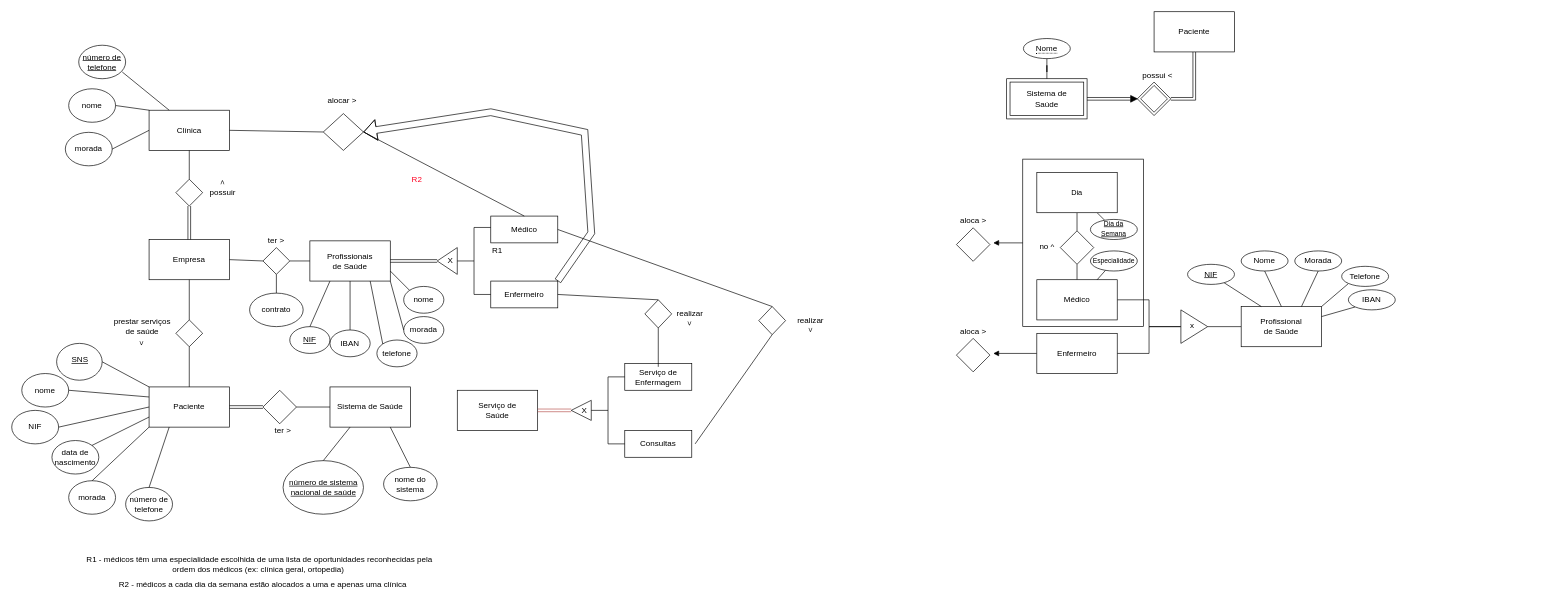
This is p01/EA-Diagram.drawio from SrGesus/bd-projects-23, a draw.io file, before an edit. Source tidied: cells renumbered, new cells numbered last; positions are measured from the earlier drawing's top-left corner, leaving out a move shared by most shapes. Both pictures are drawn from the tidied source at 67%, with x=0, y=0 at pixel (11, 11).
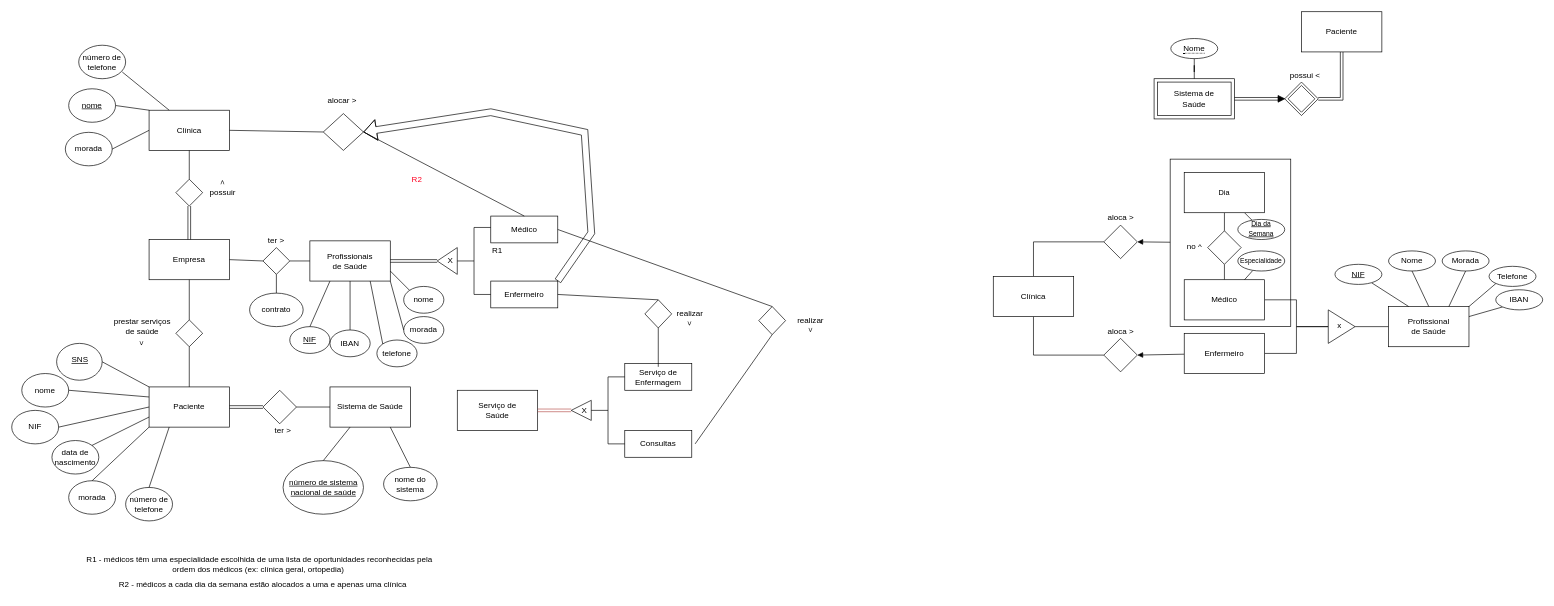
The same diagram, later.

The change refers to these unchanged cells:
```xml
<mxCell id="16" value="&lt;div&gt;Clínica&lt;/div&gt;" style="whiteSpace=wrap;html=1;" parent="1" vertex="1">
  <mxGeometry x="205" y="147" width="120" height="60" as="geometry" />
</mxCell>
```

What changed in the source:
```diff
@@
     <mxCell id="3" value="Paciente" style="whiteSpace=wrap;html=1;" parent="1" vertex="1">
-      <mxGeometry x="1705" width="120" height="60" as="geometry" />
+      <mxGeometry x="1925" width="120" height="60" as="geometry" />
     </mxCell>
     <mxCell id="4" style="rhombus;whiteSpace=wrap;html=1;" parent="1" vertex="1">
-      <mxGeometry x="1410" y="487.5" width="50" height="50" as="geometry" />
+      <mxGeometry x="1630" y="487.5" width="50" height="50" as="geometry" />
     </mxCell>
     <mxCell id="5" style="group;fillColor=none;" parent="1" vertex="1">
-      <mxGeometry x="1680" y="105" width="50" height="50" as="geometry" />
+      <mxGeometry x="1900" y="105" width="50" height="50" as="geometry" />
     </mxCell>
@@
     <mxCell id="8" style="group;" parent="1" vertex="1">
-      <mxGeometry x="1485" y="100" width="120" height="60" as="geometry" />
+      <mxGeometry x="1705" y="100" width="120" height="60" as="geometry" />
     </mxCell>
@@
     <mxCell id="11" value="&lt;span style=&quot;border-bottom: 1px dotted&quot;&gt;Nome&lt;/span&gt;" style="ellipse;whiteSpace=wrap;html=1;align=center;" parent="1" vertex="1">
-      <mxGeometry x="1510" y="40" width="70" height="30" as="geometry" />
+      <mxGeometry x="1730" y="40" width="70" height="30" as="geometry" />
     </mxCell>
@@
     <mxCell id="13" value="possui &amp;lt;" style="text;html=1;align=center;verticalAlign=middle;strokeColor=none;fillColor=none;" parent="1" vertex="1">
-      <mxGeometry x="1675" y="80" width="70" height="30" as="geometry" />
+      <mxGeometry x="1895" y="80" width="70" height="30" as="geometry" />
     </mxCell>
     <mxCell id="14" style="rounded=0;jettySize=auto;html=1;shape=link;flowAnimation=0;shadow=0;noJump=0;" parent="1" edge="1" target="15">
       <mxGeometry relative="1" as="geometry">
-        <mxPoint x="1605" y="130" as="sourcePoint" />
+        <mxPoint x="1825" y="130" as="sourcePoint" />
       </mxGeometry>
     </mxCell>
     <mxCell id="15" style="triangle;whiteSpace=wrap;html=1;fillColor=#000000;" parent="1" vertex="1">
-      <mxGeometry x="1670" y="125" width="10" height="10" as="geometry" />
+      <mxGeometry x="1890" y="125" width="10" height="10" as="geometry" />
     </mxCell>
@@
     <mxCell id="18" value="Profissional&lt;br&gt;de Saúde" style="whiteSpace=wrap;html=1;" parent="1" vertex="1">
-      <mxGeometry x="1835" y="440" width="120" height="60" as="geometry" />
+      <mxGeometry x="2055" y="440" width="120" height="60" as="geometry" />
     </mxCell>
@@
     <mxCell id="21" value="Médico" style="whiteSpace=wrap;html=1;" parent="1" vertex="1">
-      <mxGeometry x="1530" y="400" width="120" height="60" as="geometry" />
+      <mxGeometry x="1750" y="400" width="120" height="60" as="geometry" />
     </mxCell>
@@
-    <mxCell id="23" style="edgeStyle=none;rounded=0;jettySize=auto;html=1;entryX=1;entryY=0.5;entryDx=0;entryDy=0;strokeColor=default;align=center;verticalAlign=middle;fontFamily=Helvetica;fontSize=11;fontColor=default;labelBackgroundColor=default;endArrow=block;endFill=1;" parent="1" edge="1" source="24">
-      <mxGeometry relative="1" as="geometry">
-        <mxPoint x="1465" y="510" as="targetPoint" />
-      </mxGeometry>
+    <mxCell id="23" style="edgeStyle=none;rounded=0;jettySize=auto;html=1;entryX=1;entryY=0.5;entryDx=0;entryDy=0;strokeColor=default;align=center;verticalAlign=middle;fontFamily=Helvetica;fontSize=11;fontColor=default;labelBackgroundColor=default;endArrow=block;endFill=1;" parent="1" edge="1" source="24" target="4">
+      <mxGeometry relative="1" as="geometry" />
     </mxCell>
     <mxCell id="24" value="Enfermeiro" style="whiteSpace=wrap;html=1;" parent="1" vertex="1">
-      <mxGeometry x="1530" y="480" width="120" height="60" as="geometry" />
+      <mxGeometry x="1750" y="480" width="120" height="60" as="geometry" />
     </mxCell>
     <mxCell id="25" value="x" style="triangle;whiteSpace=wrap;html=1;verticalAlign=middle;align=left;spacingTop=2;spacingBottom=6;spacingLeft=11;spacing=3;" parent="1" vertex="1">
-      <mxGeometry x="1745" y="445" width="40" height="50" as="geometry" />
+      <mxGeometry x="1965" y="445" width="40" height="50" as="geometry" />
     </mxCell>
@@
     <mxCell id="27" value="NIF" style="ellipse;whiteSpace=wrap;html=1;align=center;fontStyle=4;" parent="1" vertex="1">
-      <mxGeometry x="1755" y="377" width="70" height="30" as="geometry" />
+      <mxGeometry x="1975" y="377" width="70" height="30" as="geometry" />
     </mxCell>
@@
     <mxCell id="29" value="Nome" style="ellipse;whiteSpace=wrap;html=1;align=center;fontStyle=0;" parent="1" vertex="1">
-      <mxGeometry x="1835" y="357" width="70" height="30" as="geometry" />
+      <mxGeometry x="2055" y="357" width="70" height="30" as="geometry" />
     </mxCell>
@@
     <mxCell id="31" value="Morada" style="ellipse;whiteSpace=wrap;html=1;align=center;fontStyle=0;" parent="1" vertex="1">
-      <mxGeometry x="1915" y="357" width="70" height="30" as="geometry" />
+      <mxGeometry x="2135" y="357" width="70" height="30" as="geometry" />
     </mxCell>
@@
     <mxCell id="33" value="Telefone" style="ellipse;whiteSpace=wrap;html=1;align=center;fontStyle=0;" parent="1" vertex="1">
-      <mxGeometry x="1985" y="380" width="70" height="30" as="geometry" />
+      <mxGeometry x="2205" y="380" width="70" height="30" as="geometry" />
     </mxCell>
@@
     <mxCell id="35" value="IBAN" style="ellipse;whiteSpace=wrap;html=1;align=center;fontStyle=0;" parent="1" vertex="1">
-      <mxGeometry x="1995" y="415" width="70" height="30" as="geometry" />
+      <mxGeometry x="2215" y="415" width="70" height="30" as="geometry" />
     </mxCell>
@@
     <mxCell id="37" value="&lt;font style=&quot;font-size: 10px;&quot;&gt;Especialidade&lt;/font&gt;" style="ellipse;whiteSpace=wrap;html=1;align=center;fontStyle=0;" parent="1" vertex="1">
-      <mxGeometry x="1610" y="357" width="70" height="30" as="geometry" />
+      <mxGeometry x="1830" y="357" width="70" height="30" as="geometry" />
     </mxCell>
@@
     <mxCell id="39" style="rhombus;whiteSpace=wrap;html=1;" parent="1" vertex="1">
-      <mxGeometry x="1410" y="322.5" width="50" height="50" as="geometry" />
+      <mxGeometry x="1630" y="318.5" width="50" height="50" as="geometry" />
     </mxCell>
     <mxCell id="40" value="aloca &amp;gt;" style="text;html=1;align=center;verticalAlign=middle;strokeColor=none;fillColor=none;" parent="1" vertex="1">
-      <mxGeometry x="1405" y="462.5" width="60" height="30" as="geometry" />
+      <mxGeometry x="1625" y="462.5" width="60" height="30" as="geometry" />
     </mxCell>
     <mxCell id="41" value="aloca &amp;gt;" style="text;html=1;align=center;verticalAlign=middle;strokeColor=none;fillColor=none;" parent="1" vertex="1">
-      <mxGeometry x="1405" y="297" width="60" height="30" as="geometry" />
+      <mxGeometry x="1625" y="293" width="60" height="30" as="geometry" />
     </mxCell>
     <mxCell id="42" style="rhombus;whiteSpace=wrap;html=1;" parent="1" vertex="1">
-      <mxGeometry x="1565" y="327" width="50" height="50" as="geometry" />
+      <mxGeometry x="1785" y="327" width="50" height="50" as="geometry" />
     </mxCell>
@@
     <mxCell id="45" value="Dia" style="whiteSpace=wrap;html=1;fontFamily=Helvetica;fontSize=11;fontColor=default;labelBackgroundColor=default;" parent="1" vertex="1">
-      <mxGeometry x="1530" y="240" width="120" height="60" as="geometry" />
+      <mxGeometry x="1750" y="240" width="120" height="60" as="geometry" />
     </mxCell>
     <mxCell id="46" value="no ^" style="text;html=1;align=center;verticalAlign=middle;strokeColor=none;fillColor=none;" parent="1" vertex="1">
-      <mxGeometry x="1520" y="335" width="50" height="30" as="geometry" />
+      <mxGeometry x="1740" y="335" width="50" height="30" as="geometry" />
     </mxCell>
     <mxCell id="47" value="&lt;font style=&quot;font-size: 10px;&quot;&gt;Dia da&lt;br&gt;Semana&lt;br&gt;&lt;/font&gt;" style="ellipse;whiteSpace=wrap;html=1;align=center;fontStyle=4;verticalAlign=bottom;" parent="1" vertex="1">
-      <mxGeometry x="1610" y="310" width="70" height="30" as="geometry" />
+      <mxGeometry x="1830" y="310" width="70" height="30" as="geometry" />
     </mxCell>
-    <mxCell id="48" style="edgeStyle=none;rounded=0;jettySize=auto;html=1;entryX=1;entryY=0.5;entryDx=0;entryDy=0;strokeColor=default;align=center;verticalAlign=middle;fontFamily=Helvetica;fontSize=11;fontColor=default;labelBackgroundColor=default;endArrow=block;endFill=1;" parent="1" edge="1" source="49">
-      <mxGeometry relative="1" as="geometry">
-        <mxPoint x="1465" y="345" as="targetPoint" />
-      </mxGeometry>
+    <mxCell id="48" style="edgeStyle=none;rounded=0;jettySize=auto;html=1;entryX=1;entryY=0.5;entryDx=0;entryDy=0;strokeColor=default;align=center;verticalAlign=middle;fontFamily=Helvetica;fontSize=11;fontColor=default;labelBackgroundColor=default;endArrow=block;endFill=1;" parent="1" edge="1" source="49" target="39">
+      <mxGeometry relative="1" as="geometry" />
     </mxCell>
     <mxCell id="49" style="whiteSpace=wrap;html=1;fontFamily=Helvetica;fontSize=11;fontColor=default;labelBackgroundColor=default;fillColor=none;" parent="1" vertex="1">
-      <mxGeometry x="1509" y="220" width="180" height="250" as="geometry" />
+      <mxGeometry x="1729" y="220" width="180" height="250" as="geometry" />
     </mxCell>
@@
-    <mxCell id="55" value="nome" style="text;html=1;align=center;verticalAlign=middle;whiteSpace=wrap;rounded=0;" parent="1" vertex="1">
-      <mxGeometry x="90" y="125" width="60" height="30" as="geometry" />
-    </mxCell>
@@
-    <mxCell id="57" value="número de telefone" style="text;html=1;align=center;verticalAlign=middle;whiteSpace=wrap;rounded=0;fontStyle=4;" parent="1" vertex="1">
-      <mxGeometry x="105" y="60" width="60" height="30" as="geometry" />
-    </mxCell>
-    <mxCell id="58" style="ellipse;whiteSpace=wrap;html=1;fillColor=none;" parent="1" vertex="1">
+    <mxCell id="58" value="número de telefone" style="ellipse;whiteSpace=wrap;html=1;fillColor=none;" parent="1" vertex="1">
       <mxGeometry x="100" y="50" width="70" height="50" as="geometry" />
     </mxCell>
-    <mxCell id="59" style="ellipse;whiteSpace=wrap;html=1;fillColor=none;" parent="1" vertex="1">
+    <mxCell id="59" value="nome" style="ellipse;whiteSpace=wrap;html=1;fillColor=none;fontStyle=4;" parent="1" vertex="1">
       <mxGeometry x="85" y="115" width="70" height="50" as="geometry" />
     </mxCell>
@@
-    <mxCell id="61" style="endArrow=none;html=1;rounded=0;exitX=1;exitY=1;exitDx=0;exitDy=0;entryX=0.25;entryY=0;entryDx=0;entryDy=0;" parent="1" edge="1" source="57" target="16">
-      <mxGeometry relative="1" as="geometry" />
+    <mxCell id="61" style="endArrow=none;html=1;rounded=0;exitX=1;exitY=1;exitDx=0;exitDy=0;entryX=0.25;entryY=0;entryDx=0;entryDy=0;" parent="1" edge="1" target="16">
+      <mxGeometry relative="1" as="geometry">
+        <mxPoint x="165" y="90" as="sourcePoint" />
+      </mxGeometry>
     </mxCell>
@@
+    <mxCell id="162" style="edgeStyle=orthogonalEdgeStyle;rounded=0;jettySize=auto;html=1;exitX=0.5;exitY=0;exitDx=0;exitDy=0;entryX=0;entryY=0.5;entryDx=0;entryDy=0;endArrow=none;endFill=0;" parent="1" edge="1" source="164" target="39">
+      <mxGeometry relative="1" as="geometry" />
+    </mxCell>
+    <mxCell id="163" style="edgeStyle=orthogonalEdgeStyle;rounded=0;jettySize=auto;html=1;entryX=0;entryY=0.5;entryDx=0;entryDy=0;endArrow=none;endFill=0;" parent="1" edge="1" source="164" target="4">
+      <mxGeometry relative="1" as="geometry">
+        <Array as="points">
+          <mxPoint x="1525" y="513" />
+        </Array>
+      </mxGeometry>
+    </mxCell>
+    <mxCell id="164" value="&lt;div&gt;Clínica&lt;/div&gt;" style="whiteSpace=wrap;html=1;" parent="1" vertex="1">
+      <mxGeometry x="1465" y="395" width="120" height="60" as="geometry" />
+    </mxCell>
```
